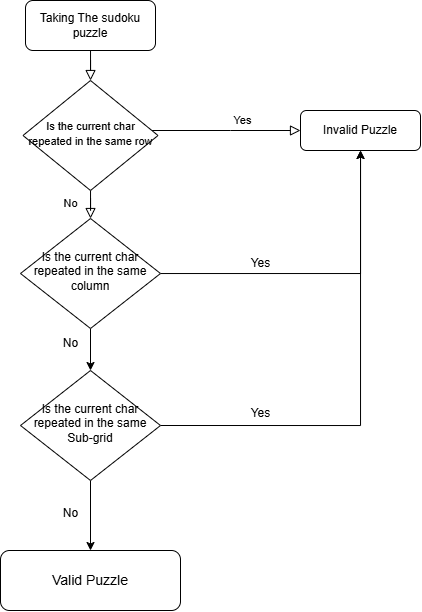
The draw.io diagram src/week1/sudoku/Sudoku Checker Flow Chart.png in mohamedibrahim3/The_Chance, before a commit. Source tidied: cells renumbered, new cells last; positions are measured from the earlier drawing's top-left corner, leaving out a move shared by most shapes. Source of this version:
```xml
<mxGraphModel>
  <root>
    <mxCell id="0" />
    <mxCell id="1" parent="0" />
    <mxCell id="2" style="rounded=0;html=1;jettySize=auto;fontSize=11;endArrow=block;endFill=0;endSize=8;strokeWidth=1;shadow=0;labelBackgroundColor=none;edgeStyle=orthogonalEdgeStyle;" parent="1" edge="1" source="3" target="6">
      <mxGeometry relative="1" as="geometry" />
    </mxCell>
    <mxCell id="3" value="Taking The sudoku puzzle" style="rounded=1;whiteSpace=wrap;html=1;fontSize=12;glass=0;strokeWidth=1;shadow=0;" parent="1" vertex="1">
      <mxGeometry x="25" width="130" height="50" as="geometry" />
    </mxCell>
    <mxCell id="4" value="No" style="rounded=0;html=1;jettySize=auto;fontSize=11;endArrow=block;endFill=0;endSize=8;strokeWidth=1;shadow=0;labelBackgroundColor=none;edgeStyle=orthogonalEdgeStyle;" parent="1" edge="1" source="6" target="11">
      <mxGeometry x="0.4" y="-20" relative="1" as="geometry" />
    </mxCell>
    <mxCell id="5" value="Yes" style="edgeStyle=orthogonalEdgeStyle;rounded=0;html=1;jettySize=auto;fontSize=11;endArrow=block;endFill=0;endSize=8;strokeWidth=1;shadow=0;labelBackgroundColor=none;" parent="1" edge="1" source="6" target="7">
      <mxGeometry x="0.22" y="10" relative="1" as="geometry">
        <Array as="points">
          <mxPoint x="230" y="130" />
          <mxPoint x="230" y="130" />
        </Array>
      </mxGeometry>
    </mxCell>
    <mxCell id="6" value="&lt;font style=&quot;font-size: 11px;&quot;&gt;Is the current char repeated in the same row&lt;/font&gt;" style="rhombus;whiteSpace=wrap;html=1;shadow=0;fontFamily=Helvetica;fontSize=12;align=center;strokeWidth=1;spacing=6;spacingTop=-4;" parent="1" vertex="1">
      <mxGeometry x="22.5" y="80" width="135" height="110" as="geometry" />
    </mxCell>
    <mxCell id="7" value="Invalid Puzzle" style="rounded=1;whiteSpace=wrap;html=1;fontSize=12;glass=0;strokeWidth=1;shadow=0;" parent="1" vertex="1">
      <mxGeometry x="300" y="110" width="120" height="40" as="geometry" />
    </mxCell>
    <mxCell id="8" style="edgeStyle=orthogonalEdgeStyle;rounded=0;jettySize=auto;html=1;" parent="1" edge="1" source="11" target="7">
      <mxGeometry relative="1" as="geometry" />
    </mxCell>
    <mxCell id="9" value="Yes" style="edgeLabel;html=1;align=center;verticalAlign=middle;fontSize=12;" parent="8" vertex="1">
      <mxGeometry x="-0.36" y="-1" relative="1" as="geometry">
        <mxPoint x="-3" y="-11" as="offset" />
      </mxGeometry>
    </mxCell>
    <mxCell id="10" style="edgeStyle=orthogonalEdgeStyle;rounded=0;jettySize=auto;html=1;" parent="1" edge="1" source="11" target="14">
      <mxGeometry relative="1" as="geometry" />
    </mxCell>
    <mxCell id="11" value="Is the current char repeated in the same column" style="rhombus;whiteSpace=wrap;html=1;shadow=0;fontFamily=Helvetica;fontSize=12;align=center;strokeWidth=1;spacing=6;spacingTop=-4;" parent="1" vertex="1">
      <mxGeometry x="20" y="218" width="140" height="110" as="geometry" />
    </mxCell>
    <mxCell id="12" style="edgeStyle=orthogonalEdgeStyle;rounded=0;jettySize=auto;html=1;exitX=0.5;exitY=1;exitDx=0;exitDy=0;entryX=0.5;entryY=0;entryDx=0;entryDy=0;" parent="1" edge="1" source="14" target="15">
      <mxGeometry relative="1" as="geometry" />
    </mxCell>
    <mxCell id="13" style="edgeStyle=orthogonalEdgeStyle;rounded=0;jettySize=auto;html=1;exitX=1;exitY=0.5;exitDx=0;exitDy=0;" parent="1" edge="1" source="14" target="7">
      <mxGeometry relative="1" as="geometry" />
    </mxCell>
    <mxCell id="14" value="Is the current char repeated in the same Sub-grid" style="rhombus;whiteSpace=wrap;html=1;shadow=0;fontFamily=Helvetica;fontSize=12;align=center;strokeWidth=1;spacing=6;spacingTop=-4;" parent="1" vertex="1">
      <mxGeometry x="20" y="370" width="140" height="110" as="geometry" />
    </mxCell>
    <mxCell id="15" value="&lt;font style=&quot;font-size: 14px;&quot;&gt;Valid Puzzle&lt;/font&gt;" style="rounded=1;whiteSpace=wrap;html=1;" parent="1" vertex="1">
      <mxGeometry y="550" width="180" height="60" as="geometry" />
    </mxCell>
    <mxCell id="16" value="Yes" style="text;html=1;align=center;verticalAlign=middle;strokeColor=none;fillColor=none;" parent="1" vertex="1">
      <mxGeometry x="240" y="398" width="40" height="30" as="geometry" />
    </mxCell>
    <mxCell id="17" value="No" style="text;html=1;align=center;verticalAlign=middle;strokeColor=none;fillColor=none;" parent="1" vertex="1">
      <mxGeometry x="50" y="328" width="40" height="30" as="geometry" />
    </mxCell>
    <mxCell id="18" value="No" style="text;html=1;align=center;verticalAlign=middle;strokeColor=none;fillColor=none;" parent="1" vertex="1">
      <mxGeometry x="50" y="498" width="40" height="30" as="geometry" />
    </mxCell>
  </root>
</mxGraphModel>
```
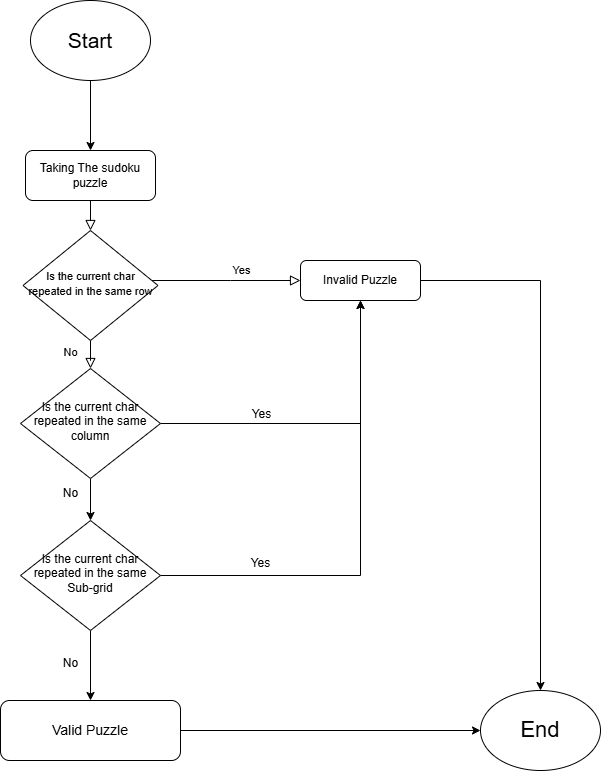
The same diagram one commit later.

Commit message:
Edit Sudoku TestCases and implementation

Diff of the diagram source:
```diff
@@ -22,6 +22,9 @@
     <mxCell id="6" value="&lt;font style=&quot;font-size: 11px;&quot;&gt;Is the current char repeated in the same row&lt;/font&gt;" style="rhombus;whiteSpace=wrap;html=1;shadow=0;fontFamily=Helvetica;fontSize=12;align=center;strokeWidth=1;spacing=6;spacingTop=-4;" parent="1" vertex="1">
       <mxGeometry x="22.5" y="80" width="135" height="110" as="geometry" />
     </mxCell>
+    <mxCell id="19" style="edgeStyle=orthogonalEdgeStyle;rounded=0;jettySize=auto;html=1;" parent="1" edge="1" source="7" target="23">
+      <mxGeometry relative="1" as="geometry" />
+    </mxCell>
     <mxCell id="7" value="Invalid Puzzle" style="rounded=1;whiteSpace=wrap;html=1;fontSize=12;glass=0;strokeWidth=1;shadow=0;" parent="1" vertex="1">
       <mxGeometry x="300" y="110" width="120" height="40" as="geometry" />
     </mxCell>
@@ -48,6 +51,9 @@
     <mxCell id="14" value="Is the current char repeated in the same Sub-grid" style="rhombus;whiteSpace=wrap;html=1;shadow=0;fontFamily=Helvetica;fontSize=12;align=center;strokeWidth=1;spacing=6;spacingTop=-4;" parent="1" vertex="1">
       <mxGeometry x="20" y="370" width="140" height="110" as="geometry" />
     </mxCell>
+    <mxCell id="20" style="edgeStyle=orthogonalEdgeStyle;rounded=0;jettySize=auto;html=1;" parent="1" edge="1" source="15" target="23">
+      <mxGeometry relative="1" as="geometry" />
+    </mxCell>
     <mxCell id="15" value="&lt;font style=&quot;font-size: 14px;&quot;&gt;Valid Puzzle&lt;/font&gt;" style="rounded=1;whiteSpace=wrap;html=1;" parent="1" vertex="1">
       <mxGeometry y="550" width="180" height="60" as="geometry" />
     </mxCell>
@@ -60,5 +66,14 @@
     <mxCell id="18" value="No" style="text;html=1;align=center;verticalAlign=middle;strokeColor=none;fillColor=none;" parent="1" vertex="1">
       <mxGeometry x="50" y="498" width="40" height="30" as="geometry" />
     </mxCell>
+    <mxCell id="21" style="edgeStyle=orthogonalEdgeStyle;rounded=0;jettySize=auto;html=1;" parent="1" edge="1" source="22" target="3">
+      <mxGeometry relative="1" as="geometry" />
+    </mxCell>
+    <mxCell id="22" value="&lt;font style=&quot;font-size: 21px;&quot;&gt;Start&lt;/font&gt;" style="ellipse;whiteSpace=wrap;html=1;" parent="1" vertex="1">
+      <mxGeometry x="30" y="-150" width="120" height="80" as="geometry" />
+    </mxCell>
+    <mxCell id="23" value="&lt;font style=&quot;font-size: 22px;&quot;&gt;End&lt;/font&gt;" style="ellipse;whiteSpace=wrap;html=1;" parent="1" vertex="1">
+      <mxGeometry x="480" y="540" width="120" height="80" as="geometry" />
+    </mxCell>
   </root>
 </mxGraphModel>
```
